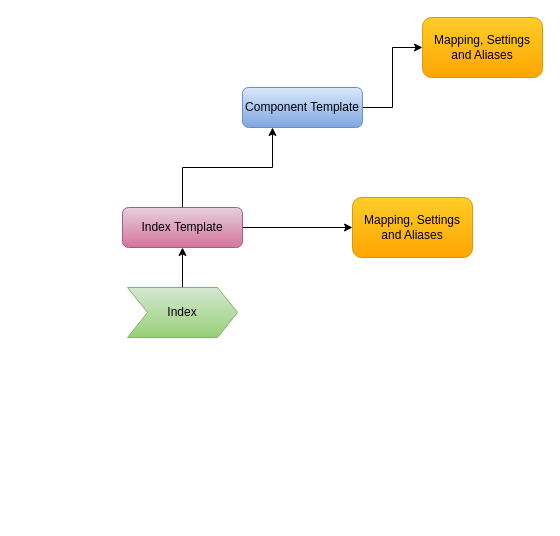
Before: page "Index Templates" (2 of 6) of My Articles/elastic stack/Elastic Search Index Understanding.drawio in paramothers/books, a draw.io diagram. Source tidied: cells renumbered, new cells numbered last; positions are measured from the earlier drawing's top-left corner, leaving out a move shared by most shapes. Both pictures are drawn from the tidied source at 100%, with x=0, y=0 at pixel (122, 17).
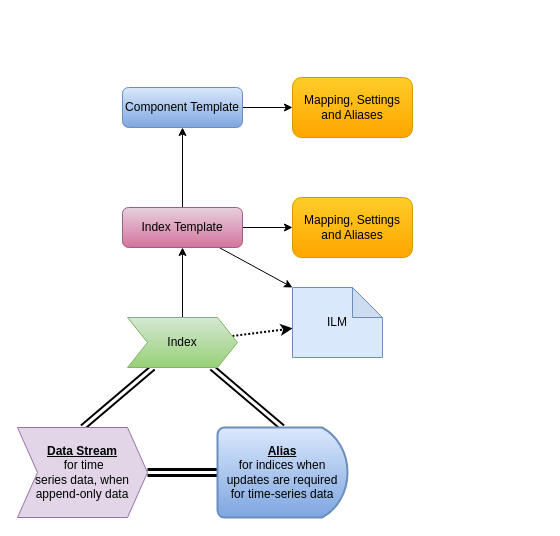
The same page after the edit.

The edit, as a diff of the source:
```diff
@@
 <mxGraphModel>
   <root>
     <mxCell id="0" />
     <mxCell id="1" parent="0" />
-    <mxCell id="2" style="edgeStyle=orthogonalEdgeStyle;rounded=0;jettySize=auto;html=1;entryX=0.25;entryY=1;entryDx=0;entryDy=0;" parent="1" edge="1" source="4" target="6">
+    <mxCell id="2" style="edgeStyle=orthogonalEdgeStyle;rounded=0;jettySize=auto;html=1;entryX=0.5;entryY=1;entryDx=0;entryDy=0;" parent="1" edge="1" source="4" target="6">
       <mxGeometry relative="1" as="geometry" />
     </mxCell>
     <mxCell id="3" style="edgeStyle=orthogonalEdgeStyle;rounded=0;jettySize=auto;html=1;entryX=0;entryY=0.5;entryDx=0;entryDy=0;" parent="1" edge="1" source="4" target="10">
       <mxGeometry relative="1" as="geometry" />
     </mxCell>
+    <mxCell id="11" style="edgeStyle=none;rounded=0;jettySize=auto;html=1;entryX=0;entryY=0;entryDx=0;entryDy=0;entryPerimeter=0;strokeWidth=1;" parent="1" edge="1" source="4" target="15">
+      <mxGeometry relative="1" as="geometry" />
+    </mxCell>
     <mxCell id="4" value="Index Template" style="rounded=1;whiteSpace=wrap;html=1;gradientColor=#d5739d;fillColor=#e6d0de;strokeColor=#996185;" parent="1" vertex="1">
       <mxGeometry y="190" width="120" height="40" as="geometry" />
     </mxCell>
     <mxCell id="5" style="edgeStyle=orthogonalEdgeStyle;rounded=0;jettySize=auto;html=1;entryX=0;entryY=0.5;entryDx=0;entryDy=0;" parent="1" edge="1" source="6" target="7">
       <mxGeometry relative="1" as="geometry" />
     </mxCell>
     <mxCell id="6" value="Component Template" style="rounded=1;whiteSpace=wrap;html=1;gradientColor=#7ea6e0;fillColor=#dae8fc;strokeColor=#6c8ebf;" parent="1" vertex="1">
-      <mxGeometry x="120" y="70" width="120" height="40" as="geometry" />
+      <mxGeometry y="70" width="120" height="40" as="geometry" />
     </mxCell>
     <mxCell id="7" value="Mapping, Settings and Aliases" style="rounded=1;whiteSpace=wrap;html=1;gradientColor=#ffa500;fillColor=#ffcd28;strokeColor=#d79b00;" parent="1" vertex="1">
-      <mxGeometry x="300" width="120" height="60" as="geometry" />
+      <mxGeometry x="170" y="60" width="120" height="60" as="geometry" />
     </mxCell>
     <mxCell id="8" style="edgeStyle=orthogonalEdgeStyle;rounded=0;jettySize=auto;html=1;entryX=0.5;entryY=1;entryDx=0;entryDy=0;" parent="1" edge="1" source="9" target="4">
       <mxGeometry relative="1" as="geometry" />
     </mxCell>
+    <mxCell id="12" style="edgeStyle=none;rounded=0;jettySize=auto;html=1;strokeWidth=2;dashed=1;dashPattern=1 1;" parent="1" edge="1" source="9" target="15">
+      <mxGeometry relative="1" as="geometry" />
+    </mxCell>
+    <mxCell id="13" style="edgeStyle=none;shape=link;rounded=0;jettySize=auto;html=1;entryX=0.5;entryY=0;entryDx=0;entryDy=0;endArrow=none;endFill=0;strokeWidth=2;" parent="1" edge="1" source="9" target="17">
+      <mxGeometry relative="1" as="geometry" />
+    </mxCell>
+    <mxCell id="14" style="edgeStyle=none;shape=link;rounded=0;jettySize=auto;html=1;entryX=0.5;entryY=0;entryDx=0;entryDy=0;entryPerimeter=0;endArrow=none;endFill=0;strokeWidth=2;" parent="1" edge="1" source="9" target="18">
+      <mxGeometry relative="1" as="geometry" />
+    </mxCell>
     <mxCell id="9" value="Index" style="shape=step;perimeter=stepPerimeter;whiteSpace=wrap;html=1;fixedSize=1;gradientColor=#97d077;fillColor=#d5e8d4;strokeColor=#82b366;" parent="1" vertex="1">
-      <mxGeometry x="5" y="270" width="110" height="50" as="geometry" />
+      <mxGeometry x="5" y="300" width="110" height="50" as="geometry" />
     </mxCell>
     <mxCell id="10" value="Mapping, Settings and Aliases" style="rounded=1;whiteSpace=wrap;html=1;gradientColor=#ffa500;fillColor=#ffcd28;strokeColor=#d79b00;" parent="1" vertex="1">
-      <mxGeometry x="230" y="180" width="120" height="60" as="geometry" />
+      <mxGeometry x="170" y="180" width="120" height="60" as="geometry" />
     </mxCell>
+    <mxCell id="15" value="ILM" style="shape=note;whiteSpace=wrap;html=1;backgroundOutline=1;darkOpacity=0.05;fillColor=#dae8fc;strokeColor=#6c8ebf;" parent="1" vertex="1">
+      <mxGeometry x="170" y="270" width="90" height="70" as="geometry" />
+    </mxCell>
+    <mxCell id="16" style="edgeStyle=orthogonalEdgeStyle;rounded=0;jettySize=auto;html=1;entryX=0;entryY=0.5;entryDx=0;entryDy=0;entryPerimeter=0;shape=link;strokeWidth=3;" parent="1" edge="1" source="17" target="18">
+      <mxGeometry relative="1" as="geometry" />
+    </mxCell>
+    <mxCell id="17" value="&lt;b&gt;&lt;u&gt;Data Stream&lt;/u&gt;&lt;/b&gt;&lt;br&gt;&amp;nbsp;for time &lt;br&gt;series data, when &lt;br&gt;append-only data" style="shape=step;perimeter=stepPerimeter;whiteSpace=wrap;html=1;fixedSize=1;fillColor=#e1d5e7;strokeColor=#9673a6;" parent="1" vertex="1">
+      <mxGeometry x="-105" y="410" width="130" height="90" as="geometry" />
+    </mxCell>
+    <mxCell id="18" value="&lt;b&gt;&lt;u&gt;Alias&lt;/u&gt;&lt;/b&gt; &lt;br&gt;for indices when updates are required for time-series data" style="strokeWidth=2;html=1;shape=mxgraph.flowchart.delay;whiteSpace=wrap;gradientColor=#7ea6e0;fillColor=#dae8fc;strokeColor=#6c8ebf;" parent="1" vertex="1">
+      <mxGeometry x="95" y="410" width="130" height="90" as="geometry" />
+    </mxCell>
   </root>
 </mxGraphModel>
```
